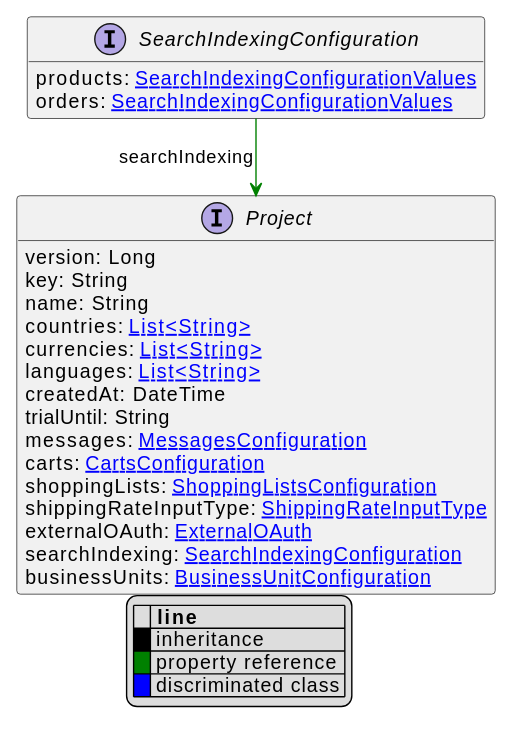
The PlantUML diagram uml/api/svg/SearchIndexingConfiguration.svg in commercetools/commercetools-api-reference, before a commit.
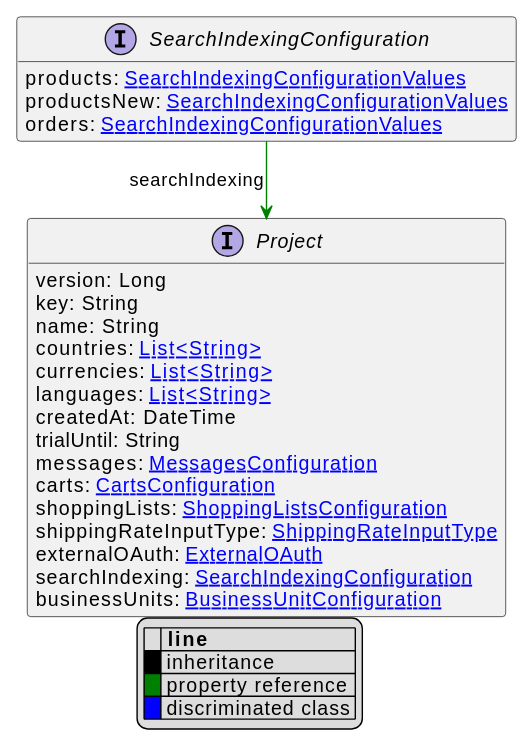
The same diagram one commit later.

Change to the diagram source:
```diff
@@ -10,6 +10,7 @@
 endlegend
 interface SearchIndexingConfiguration [[SearchIndexingConfiguration.svg]]  {
     products: [[SearchIndexingConfigurationValues.svg SearchIndexingConfigurationValues]]
+    productsNew: [[SearchIndexingConfigurationValues.svg SearchIndexingConfigurationValues]]
     orders: [[SearchIndexingConfigurationValues.svg SearchIndexingConfigurationValues]]
 }
 
```
